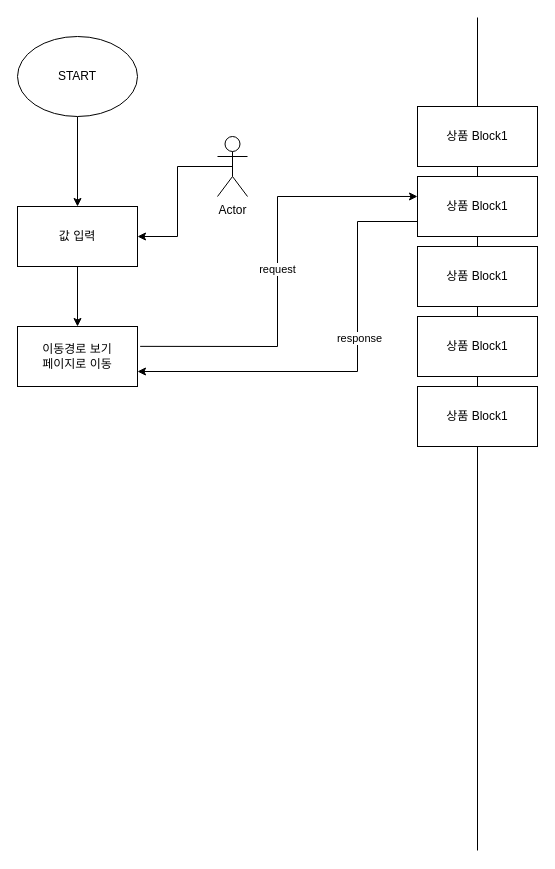
Before: Untitled Diagram.drawio in zjvlwndehr/AutoClick, a draw.io diagram. Source tidied: cells renumbered, new cells numbered last; positions are measured from the earlier drawing's top-left corner, leaving out a move shared by most shapes. Both pictures are drawn from the tidied source at 100%, with x=0, y=0 at pixel (17, 17).
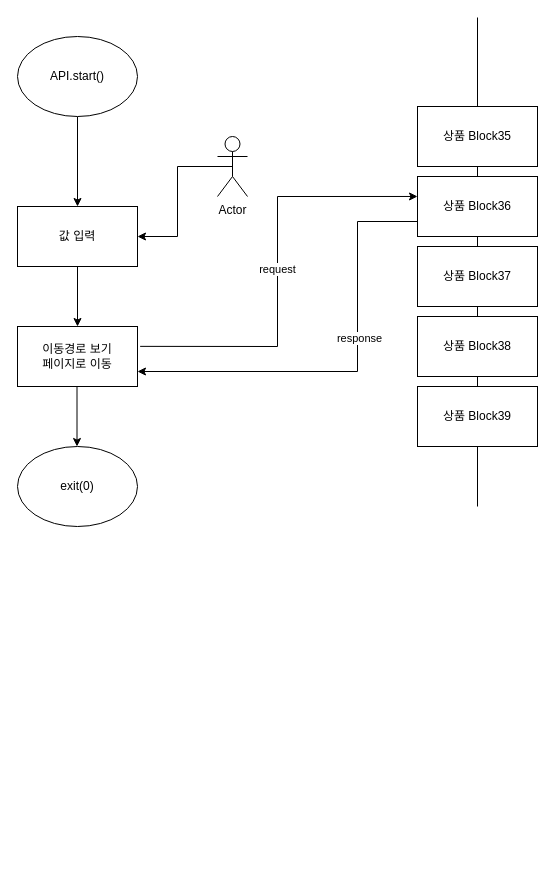
The same diagram, later.

Change to the diagram source:
```diff
@@
-    <mxCell id="3" value="START" style="ellipse;whiteSpace=wrap;html=1;" parent="1" vertex="1">
+    <mxCell id="3" value="API.start()" style="ellipse;whiteSpace=wrap;html=1;" parent="1" vertex="1">
       <mxGeometry y="19" width="120" height="80" as="geometry" />
     </mxCell>
@@
-    <mxCell id="9" value="상품 Block1" style="rounded=0;whiteSpace=wrap;html=1;" parent="1" vertex="1">
+    <mxCell id="9" value="상품 Block38" style="rounded=0;whiteSpace=wrap;html=1;" parent="1" vertex="1">
       <mxGeometry x="400" y="299" width="120" height="60" as="geometry" />
     </mxCell>
-    <mxCell id="10" value="상품 Block1" style="rounded=0;whiteSpace=wrap;html=1;" parent="1" vertex="1">
+    <mxCell id="10" value="상품 Block37" style="rounded=0;whiteSpace=wrap;html=1;" parent="1" vertex="1">
       <mxGeometry x="400" y="229" width="120" height="60" as="geometry" />
     </mxCell>
-    <mxCell id="11" value="상품 Block1" style="rounded=0;whiteSpace=wrap;html=1;" parent="1" vertex="1">
+    <mxCell id="11" value="상품 Block36" style="rounded=0;whiteSpace=wrap;html=1;" parent="1" vertex="1">
       <mxGeometry x="400" y="159" width="120" height="60" as="geometry" />
     </mxCell>
-    <mxCell id="12" value="상품 Block1" style="rounded=0;whiteSpace=wrap;html=1;" parent="1" vertex="1">
+    <mxCell id="12" value="상품 Block35" style="rounded=0;whiteSpace=wrap;html=1;" parent="1" vertex="1">
       <mxGeometry x="400" y="89" width="120" height="60" as="geometry" />
     </mxCell>
@@
-    <mxCell id="18" value="상품 Block1" style="rounded=0;whiteSpace=wrap;html=1;" parent="1" vertex="1">
+    <mxCell id="18" value="상품 Block39" style="rounded=0;whiteSpace=wrap;html=1;" parent="1" vertex="1">
       <mxGeometry x="400" y="369" width="120" height="60" as="geometry" />
     </mxCell>
@@
     <mxCell id="20" style="endArrow=none;html=1;rounded=0;" parent="1" edge="1">
       <mxGeometry relative="1" as="geometry">
-        <mxPoint x="460" y="833" as="sourcePoint" />
+        <mxPoint x="460" y="489" as="sourcePoint" />
         <mxPoint x="460" y="429" as="targetPoint" />
       </mxGeometry>
     </mxCell>
@@
+    <mxCell id="23" style="edgeStyle=orthogonalEdgeStyle;rounded=0;orthogonalLoop=1;jettySize=auto;html=1;" parent="1" edge="1">
+      <mxGeometry relative="1" as="geometry">
+        <mxPoint x="59.5" y="369" as="sourcePoint" />
+        <mxPoint x="59.5" y="429" as="targetPoint" />
+      </mxGeometry>
+    </mxCell>
+    <mxCell id="24" value="exit(0)" style="ellipse;whiteSpace=wrap;html=1;" parent="1" vertex="1">
+      <mxGeometry y="429" width="120" height="80" as="geometry" />
+    </mxCell>
```
